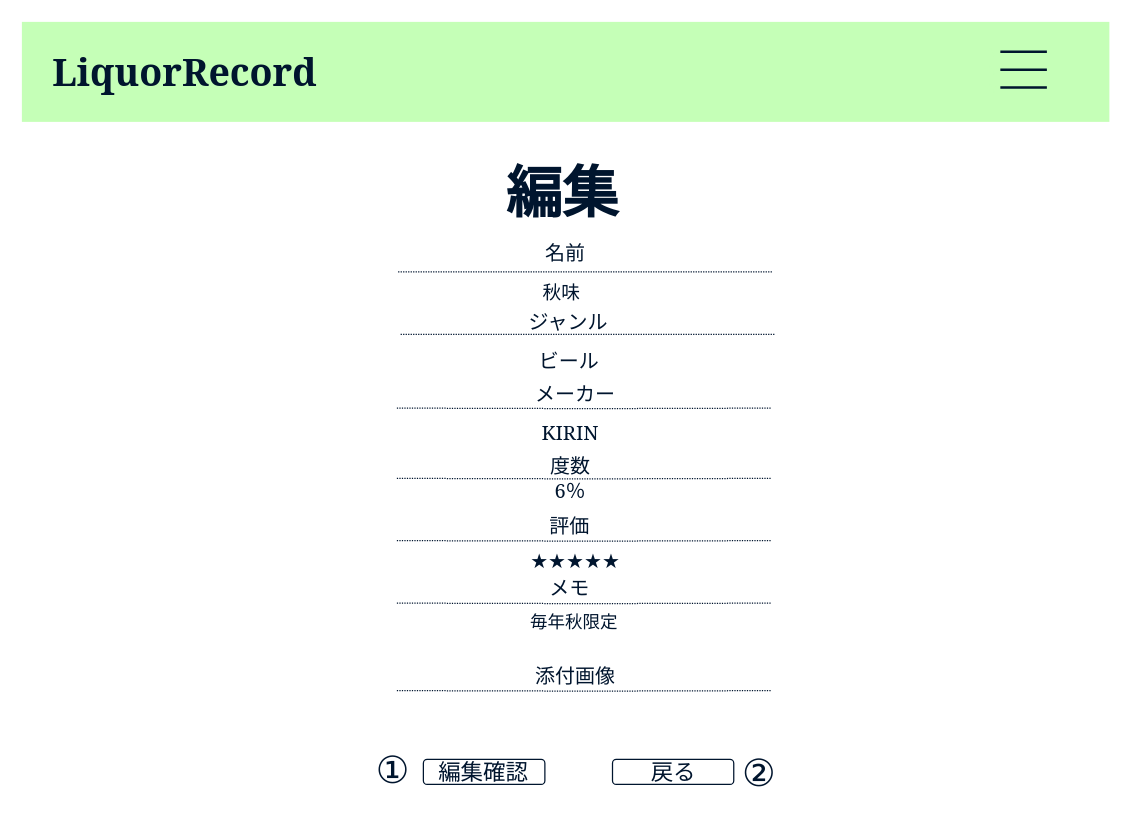
0saya0/LiquorRecord keeps this draw.io diagram as page "編集確認画面" (10 of 14) of Untitled Diagram.drawio.xml. Above is the earlier version. Source tidied: cells renumbered, new cells numbered last; positions are measured from the earlier drawing's top-left corner, leaving out a move shared by most shapes. Both pictures are drawn from the tidied source at 125%, with x=0, y=0 at pixel (21, 21).
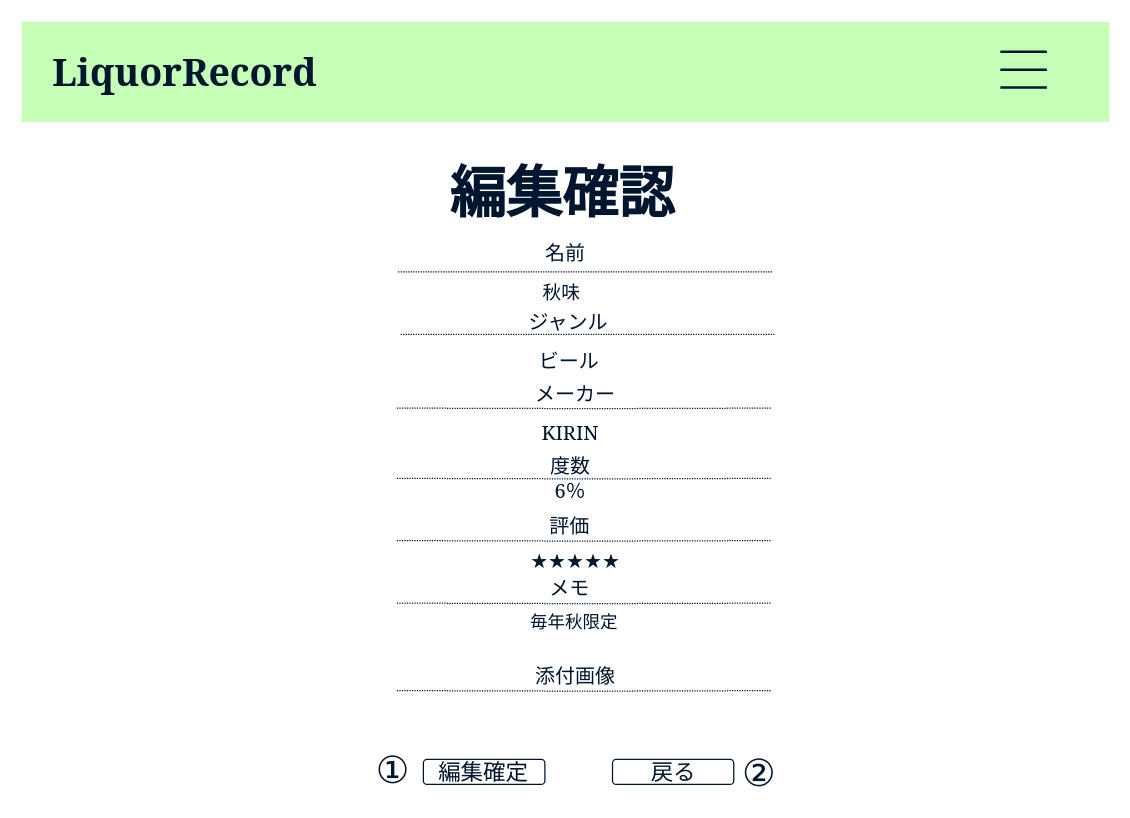
The same diagram, later.

Diff of the diagram source:
```diff
@@
-    <mxCell id="5" value="編集" style="text;strokeColor=none;fillColor=none;html=1;fontSize=45;fontStyle=1;verticalAlign=middle;align=center;labelBorderColor=none;fontFamily=Georgia;fontColor=#00152E;" parent="1" vertex="1">
+    <mxCell id="5" value="編集確認" style="text;strokeColor=none;fillColor=none;html=1;fontSize=45;fontStyle=1;verticalAlign=middle;align=center;labelBorderColor=none;fontFamily=Georgia;fontColor=#00152E;" parent="1" vertex="1">
       <mxGeometry x="333" y="100" width="198" height="70" as="geometry" />
     </mxCell>
@@
-    <mxCell id="8" value="編集確認" style="rounded=1;whiteSpace=wrap;html=1;labelBorderColor=none;fontFamily=Georgia;fontSize=18;fontColor=#00152E;strokeColor=#00152E;fillColor=default;" parent="1" vertex="1">
+    <mxCell id="8" value="編集確定" style="rounded=1;whiteSpace=wrap;html=1;labelBorderColor=none;fontFamily=Georgia;fontSize=18;fontColor=#00152E;strokeColor=#00152E;fillColor=default;" parent="1" vertex="1">
       <mxGeometry x="321.2" y="590" width="97.2" height="20" as="geometry" />
     </mxCell>
```
